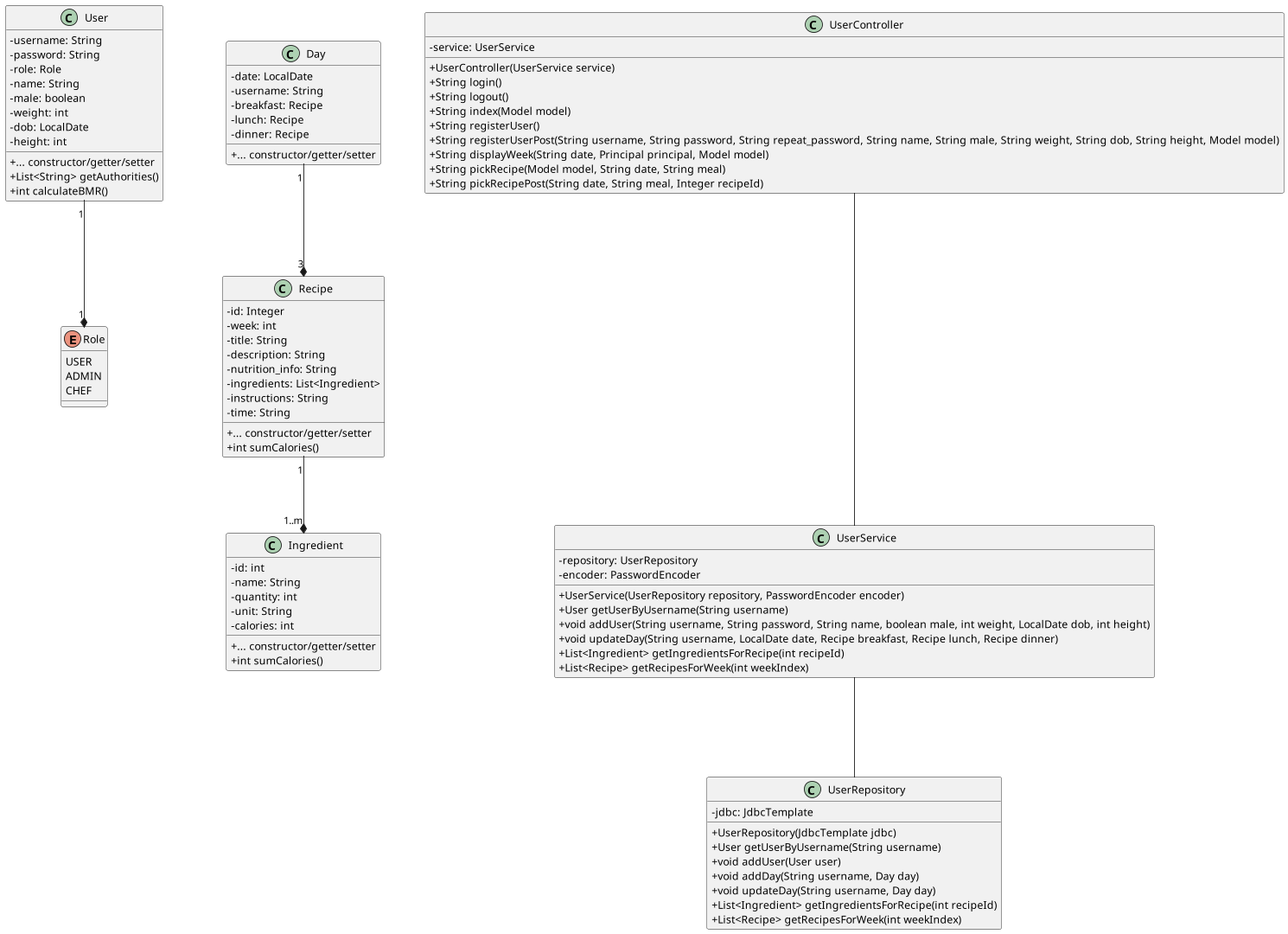
Before: diagram/class-diagram.png, a diagram exported from PlantUML (sofush/kostplan).
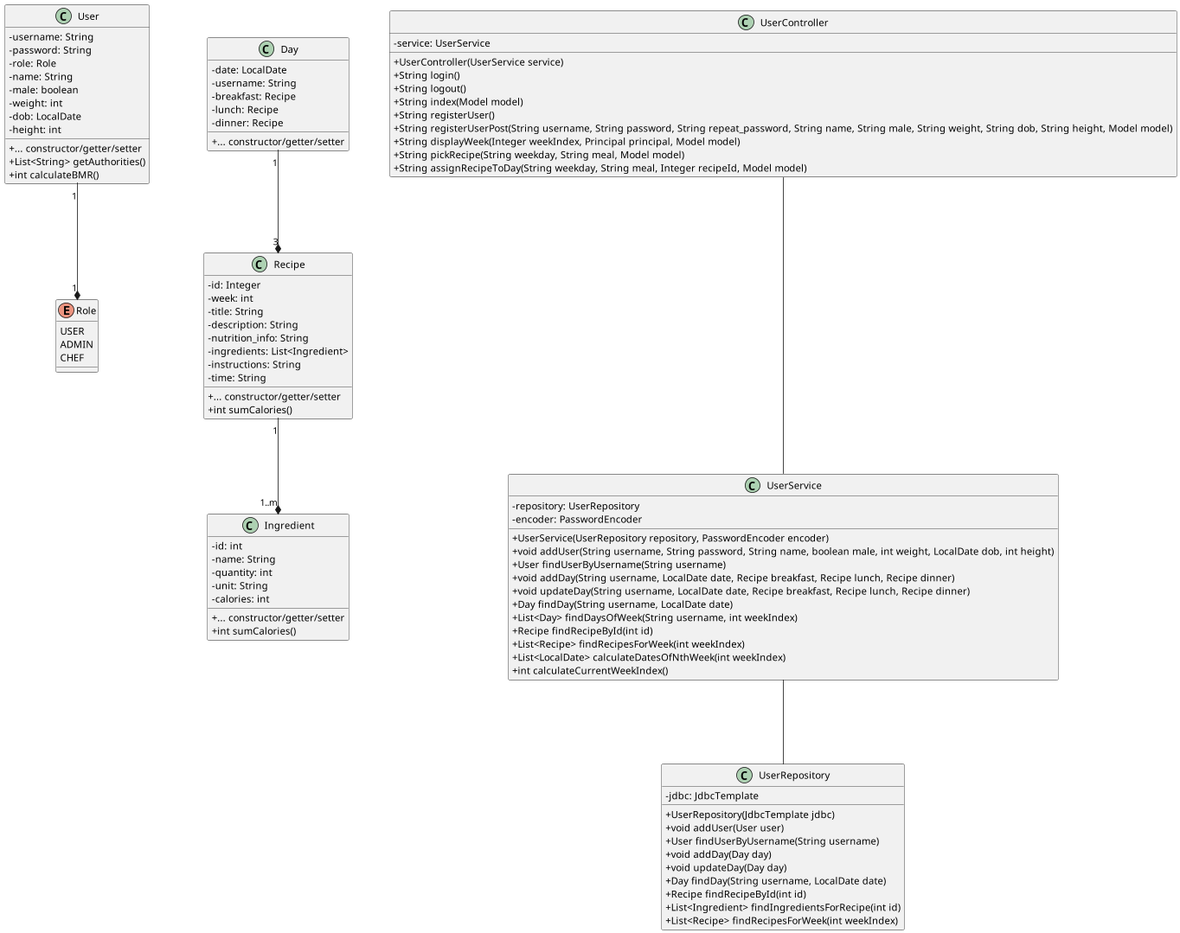
The same file after the commit.

Commit message:
docs: update class diagram

Diff of the diagram source:
```diff
@@ -56,29 +56,36 @@
 	+ String index(Model model)
 	+ String registerUser()
 	+ String registerUserPost(String username, String password, String repeat_password, String name, String male, String weight, String dob, String height, Model model)
-	+ String displayWeek(String date, Principal principal, Model model)
-	+ String pickRecipe(Model model, String date, String meal)
-	+ String pickRecipePost(String date, String meal, Integer recipeId)
+	+ String displayWeek(Integer weekIndex, Principal principal, Model model)
+	+ String pickRecipe(String weekday, String meal, Model model)
+	+ String assignRecipeToDay(String weekday, String meal, Integer recipeId, Model model)
 }
 class UserService {
 	- repository: UserRepository
 	- encoder: PasswordEncoder
 	+ UserService(UserRepository repository, PasswordEncoder encoder)
-	+ User getUserByUsername(String username)
 	+ void addUser(String username, String password, String name, boolean male, int weight, LocalDate dob, int height)
+	+ User findUserByUsername(String username)
+	+ void addDay(String username, LocalDate date, Recipe breakfast, Recipe lunch, Recipe dinner)
 	+ void updateDay(String username, LocalDate date, Recipe breakfast, Recipe lunch, Recipe dinner)
-	+ List<Ingredient> getIngredientsForRecipe(int recipeId)
-	+ List<Recipe> getRecipesForWeek(int weekIndex)
+	+ Day findDay(String username, LocalDate date)
+	+ List<Day> findDaysOfWeek(String username, int weekIndex)
+	+ Recipe findRecipeById(int id)
+	+ List<Recipe> findRecipesForWeek(int weekIndex)
+	+ List<LocalDate> calculateDatesOfNthWeek(int weekIndex)
+	+ int calculateCurrentWeekIndex()
 }
 class UserRepository {
 	- jdbc: JdbcTemplate
 	+ UserRepository(JdbcTemplate jdbc)
-	+ User getUserByUsername(String username)
 	+ void addUser(User user)
-	+ void addDay(String username, Day day)
-	+ void updateDay(String username, Day day)
-	+ List<Ingredient> getIngredientsForRecipe(int recipeId)
-	+ List<Recipe> getRecipesForWeek(int weekIndex)
+	+ User findUserByUsername(String username)
+	+ void addDay(Day day)
+	+ void updateDay(Day day)
+	+ Day findDay(String username, LocalDate date)
+	+ Recipe findRecipeById(int id)
+	+ List<Ingredient> findIngredientsForRecipe(int id)
+	+ List<Recipe> findRecipesForWeek(int weekIndex)
 }
 
 UserController --- UserService
```
